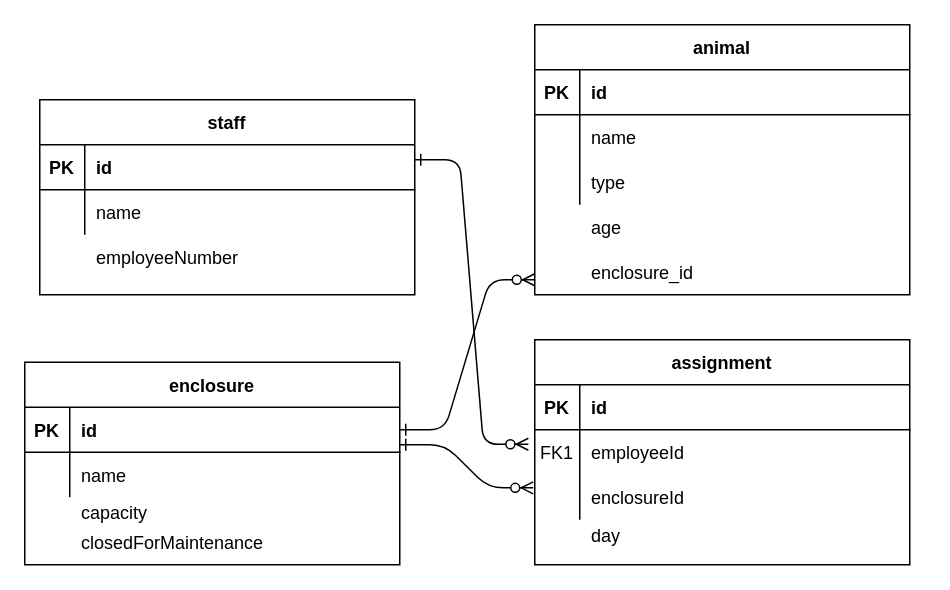
Above: Safari.drawio in Ariannacoseschi/safari (draw.io), before the change. Source tidied: cells renumbered, new cells numbered last; positions are measured from the earlier drawing's top-left corner, leaving out a move shared by most shapes. Both pictures are drawn from the tidied source at 150%, with x=0, y=0 at pixel (24, 24).
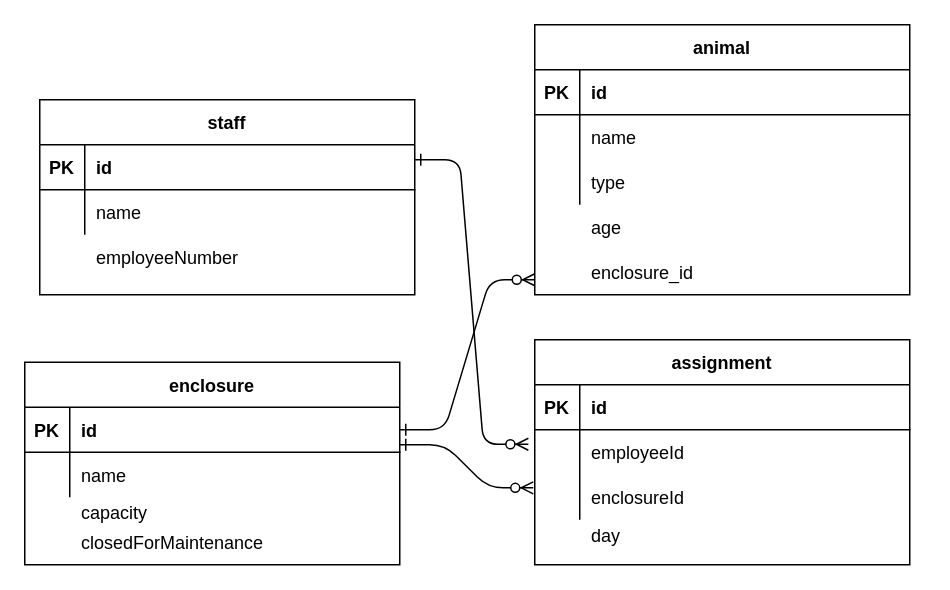
Above is the later version.

Commit message (it also covers changes not shown here):
finished extension

Unchanged cells that the change refers to:
```xml
<mxCell id="18" style="shape=partialRectangle;fillColor=none;points=[[0,0.5],[1,0.5]];portConstraint=eastwest;top=0;left=0;right=0;bottom=0;" parent="14" vertex="1">
  <mxGeometry y="60" width="250" height="30" as="geometry" />
</mxCell>
```

What changed in the source:
```diff
@@
-    <mxCell id="19" value="FK1" style="shape=partialRectangle;overflow=hidden;fillColor=none;top=0;left=0;bottom=0;right=0;" parent="18" vertex="1">
+    <mxCell id="19" style="shape=partialRectangle;overflow=hidden;fillColor=none;top=0;left=0;bottom=0;right=0;" parent="18" vertex="1">
       <mxGeometry width="30" height="30" as="geometry" />
     </mxCell>
```
